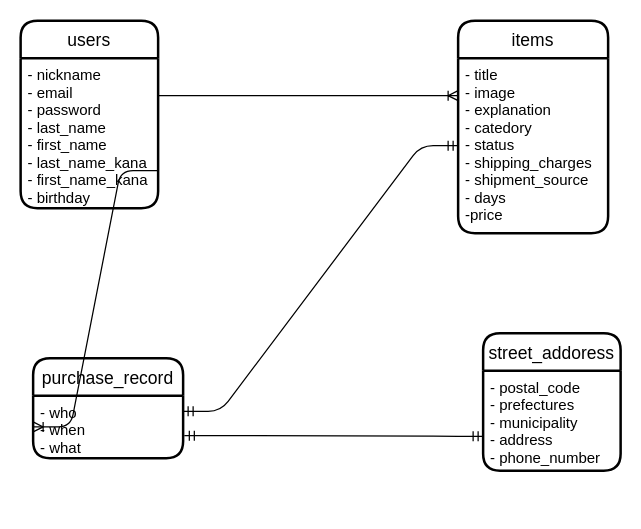
The draw.io diagram ER.dio in hiroyukikshima/furima-32009, before the edit. Source tidied: cells renumbered, new cells numbered last; positions are measured from the earlier drawing's top-left corner, leaving out a move shared by most shapes. Both pictures are drawn from the tidied source at 125%, with x=0, y=0 at pixel (20, 20).
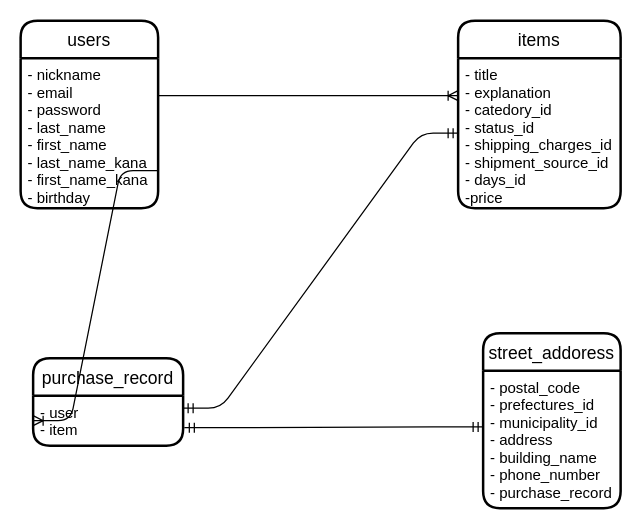
The same page after the edit.

Change to the diagram source:
```diff
@@
 <mxGraphModel>
   <root>
     <mxCell id="0" />
     <mxCell id="1" parent="0" />
     <mxCell id="2" value="users" style="swimlane;horizontal=1;startSize=30;rounded=1;fontSize=14;fontStyle=0;strokeWidth=2;shadow=0;dashed=0;align=center;" parent="1" vertex="1">
       <mxGeometry width="110" height="150" as="geometry" />
     </mxCell>
     <mxCell id="3" value="- nickname&#10;- email&#10;- password&#10;- last_name&#10;- first_name&#10;- last_name_kana&#10;- first_name_kana&#10;- birthday" style="align=left;strokeColor=none;fillColor=none;spacingLeft=4;fontSize=12;verticalAlign=top;" parent="2" vertex="1">
       <mxGeometry y="30" width="110" height="120" as="geometry" />
     </mxCell>
     <mxCell id="4" style="edgeStyle=entityRelationEdgeStyle;fontSize=12;html=1;endArrow=ERoneToMany;entryX=0;entryY=0.207;entryDx=0;entryDy=0;entryPerimeter=0;exitX=1;exitY=0.25;exitDx=0;exitDy=0;" parent="1" edge="1" source="3">
       <mxGeometry relative="1" as="geometry">
         <mxPoint x="350" y="60" as="targetPoint" />
       </mxGeometry>
     </mxCell>
     <mxCell id="5" value="items" style="swimlane;horizontal=1;startSize=30;rounded=1;fontSize=14;fontStyle=0;strokeWidth=2;shadow=0;dashed=0;align=center;" parent="1" vertex="1">
-      <mxGeometry x="350" width="120" height="170" as="geometry" />
+      <mxGeometry x="350" width="130" height="150" as="geometry" />
     </mxCell>
-    <mxCell id="6" value="- title&#10;- image&#10;- explanation&#10;- catedory&#10;- status&#10;- shipping_charges&#10;- shipment_source&#10;- days&#10;-price" style="align=left;strokeColor=none;fillColor=none;spacingLeft=4;fontSize=12;verticalAlign=top;" parent="5" vertex="1">
-      <mxGeometry y="30" width="120" height="140" as="geometry" />
+    <mxCell id="6" value="- title&#10;- explanation&#10;- catedory_id&#10;- status_id&#10;- shipping_charges_id&#10;- shipment_source_id&#10;- days_id&#10;-price" style="align=left;strokeColor=none;fillColor=none;spacingLeft=4;fontSize=12;verticalAlign=top;" parent="5" vertex="1">
+      <mxGeometry y="30" width="130" height="120" as="geometry" />
     </mxCell>
     <mxCell id="7" value="purchase_record" style="swimlane;horizontal=1;startSize=30;rounded=1;fontSize=14;fontStyle=0;strokeWidth=2;shadow=0;dashed=0;align=center;" parent="1" vertex="1">
-      <mxGeometry x="10" y="270" width="120" height="80" as="geometry" />
+      <mxGeometry x="10" y="270" width="120" height="70" as="geometry" />
     </mxCell>
-    <mxCell id="8" value="- who&#10;- when&#10;- what" style="align=left;strokeColor=none;fillColor=none;spacingLeft=4;fontSize=12;verticalAlign=top;" parent="7" vertex="1">
-      <mxGeometry y="30" width="120" height="50" as="geometry" />
+    <mxCell id="8" value="- user&#10;- item" style="align=left;strokeColor=none;fillColor=none;spacingLeft=4;fontSize=12;verticalAlign=top;" parent="7" vertex="1">
+      <mxGeometry y="30" width="120" height="40" as="geometry" />
     </mxCell>
     <mxCell id="9" style="edgeStyle=entityRelationEdgeStyle;fontSize=12;html=1;endArrow=ERoneToMany;exitX=1;exitY=0.75;exitDx=0;exitDy=0;entryX=0;entryY=0.5;entryDx=0;entryDy=0;" parent="1" edge="1" source="3" target="8">
       <mxGeometry relative="1" as="geometry" />
     </mxCell>
     <mxCell id="10" value="street_addoress" style="swimlane;horizontal=1;startSize=30;rounded=1;fontSize=14;fontStyle=0;strokeWidth=2;shadow=0;dashed=0;align=center;" parent="1" vertex="1">
-      <mxGeometry x="370" y="250" width="110" height="110" as="geometry" />
+      <mxGeometry x="370" y="250" width="110" height="140" as="geometry" />
     </mxCell>
-    <mxCell id="11" value="- postal_code&#10;- prefectures&#10;- municipality&#10;- address&#10;- phone_number" style="align=left;strokeColor=none;fillColor=none;spacingLeft=4;fontSize=12;verticalAlign=top;" parent="10" vertex="1">
-      <mxGeometry y="30" width="110" height="80" as="geometry" />
+    <mxCell id="11" value="- postal_code&#10;- prefectures_id&#10;- municipality_id&#10;- address&#10;- building_name&#10;- phone_number&#10;- purchase_record" style="align=left;strokeColor=none;fillColor=none;spacingLeft=4;fontSize=12;verticalAlign=top;" parent="10" vertex="1">
+      <mxGeometry y="30" width="110" height="110" as="geometry" />
     </mxCell>
     <mxCell id="12" style="edgeStyle=entityRelationEdgeStyle;fontSize=12;html=1;endArrow=ERmandOne;startArrow=ERmandOne;entryX=0;entryY=0.5;entryDx=0;entryDy=0;exitX=1;exitY=0.25;exitDx=0;exitDy=0;" parent="1" edge="1" source="8" target="6">
       <mxGeometry relative="1" as="geometry" />
     </mxCell>
-    <mxCell id="13" style="edgeStyle=entityRelationEdgeStyle;fontSize=12;html=1;endArrow=ERmandOne;startArrow=ERmandOne;entryX=0;entryY=0.75;entryDx=0;entryDy=0;exitX=1.008;exitY=0.64;exitDx=0;exitDy=0;exitPerimeter=0;" parent="1" edge="1" source="8" target="10">
-      <mxGeometry relative="1" as="geometry" />
+    <mxCell id="13" style="edgeStyle=entityRelationEdgeStyle;fontSize=12;html=1;endArrow=ERmandOne;startArrow=ERmandOne;exitX=1.008;exitY=0.64;exitDx=0;exitDy=0;exitPerimeter=0;" parent="1" edge="1" source="8">
+      <mxGeometry relative="1" as="geometry">
+        <mxPoint x="370" y="325" as="targetPoint" />
+      </mxGeometry>
     </mxCell>
   </root>
 </mxGraphModel>
```
